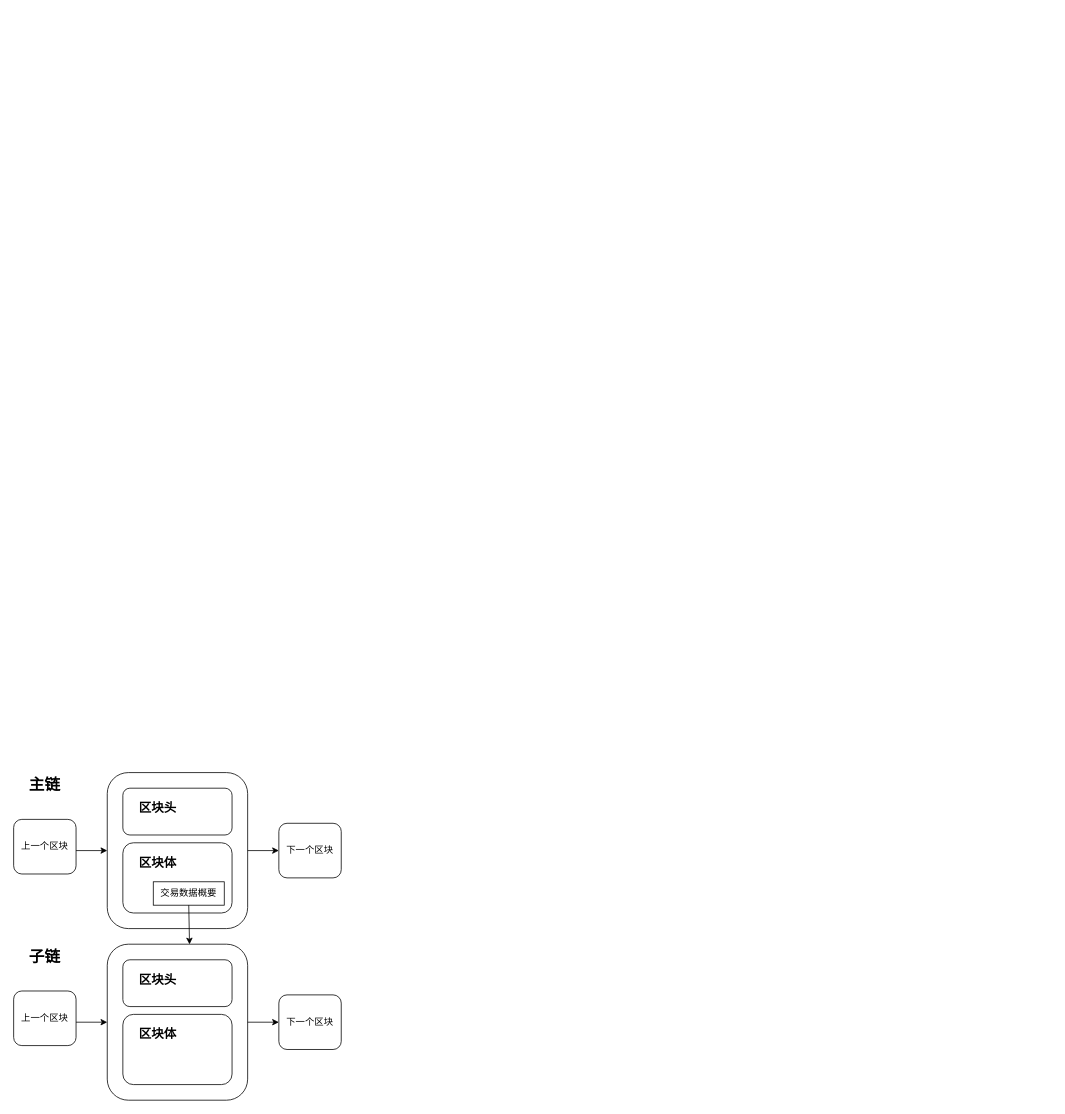
The draw.io diagram 毕业论文1 3.3 双层区块链区块总结构.drawio in burnandgun/diagrams, before the edit. Source tidied: cells renumbered, new cells numbered last; positions are measured from the earlier drawing's top-left corner, leaving out a move shared by most shapes. Both pictures are drawn from the tidied source at 78%, with x=0, y=0 at pixel (13, 772).
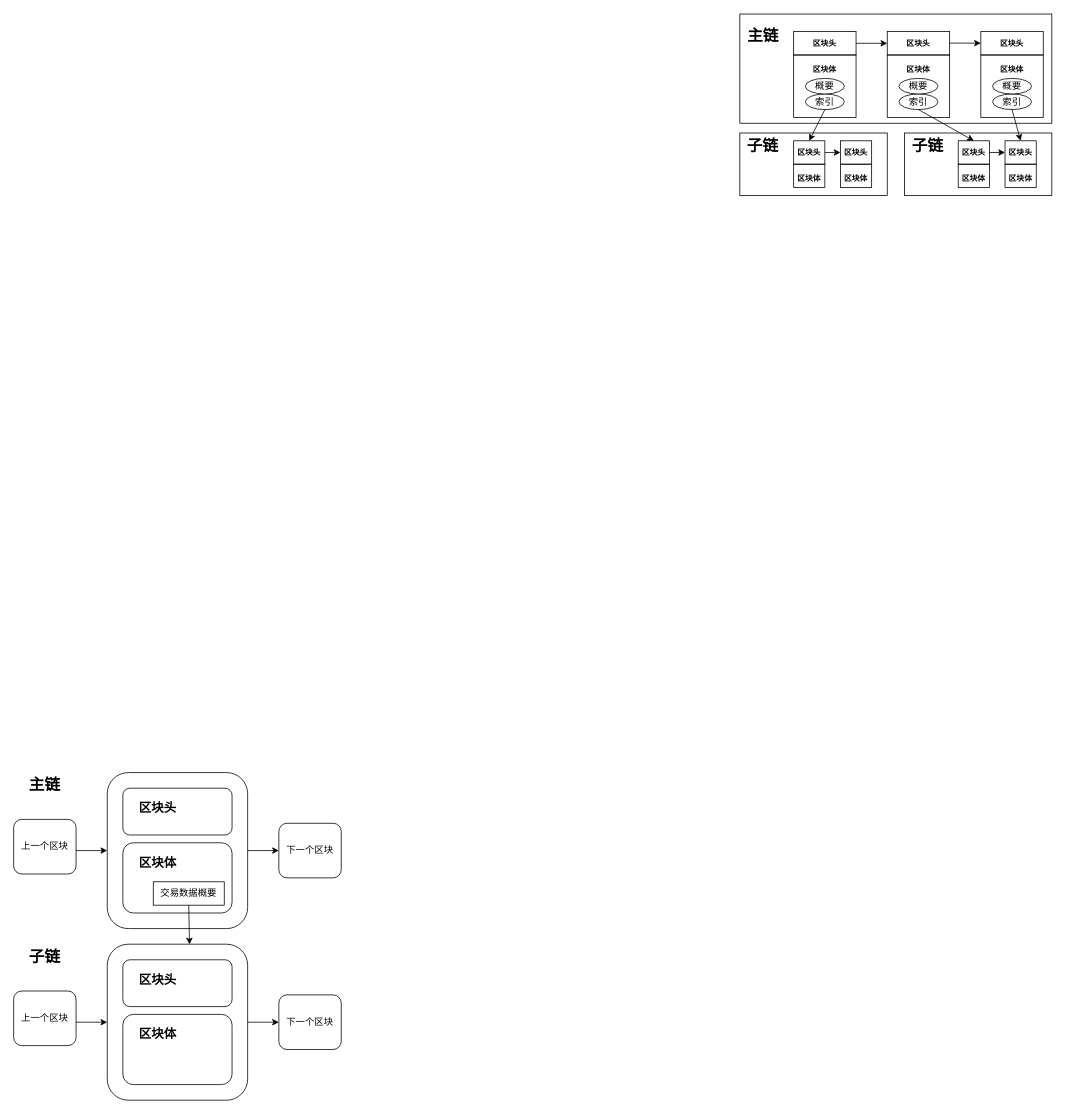
After the change.

Commit message:
更新毕业论文1 3.3 双层区块链区块总结构.drawio

Diff of the diagram source:
```diff
@@
+    <mxCell id="35" style="rounded=0;whiteSpace=wrap;html=1;fillColor=none;" parent="1" vertex="1">
+      <mxGeometry x="931" y="-972.5" width="400" height="140" as="geometry" />
+    </mxCell>
+    <mxCell id="36" style="rounded=0;whiteSpace=wrap;html=1;fillColor=none;" parent="1" vertex="1">
+      <mxGeometry x="1000" y="-950" width="80" height="30" as="geometry" />
+    </mxCell>
+    <mxCell id="37" value="&lt;span style=&quot;font-size: 10px;&quot;&gt;&lt;b style=&quot;font-size: 10px;&quot;&gt;区块头&lt;/b&gt;&lt;/span&gt;" style="text;html=1;strokeColor=none;fillColor=none;align=center;verticalAlign=middle;whiteSpace=wrap;rounded=0;fontSize=10;" parent="1" vertex="1">
+      <mxGeometry x="1020" y="-950" width="40" height="30" as="geometry" />
+    </mxCell>
+    <mxCell id="38" style="rounded=0;whiteSpace=wrap;html=1;fillColor=none;" parent="1" vertex="1">
+      <mxGeometry x="1000" y="-920" width="80" height="80" as="geometry" />
+    </mxCell>
+    <mxCell id="39" value="索引" style="ellipse;whiteSpace=wrap;html=1;" parent="1" vertex="1">
+      <mxGeometry x="1015" y="-870" width="50" height="20" as="geometry" />
+    </mxCell>
+    <mxCell id="40" value="&lt;span style=&quot;font-size: 10px;&quot;&gt;&lt;b style=&quot;font-size: 10px;&quot;&gt;区块体&lt;/b&gt;&lt;/span&gt;" style="text;html=1;strokeColor=none;fillColor=none;align=center;verticalAlign=middle;whiteSpace=wrap;rounded=0;fontSize=10;" parent="1" vertex="1">
+      <mxGeometry x="1015" y="-920" width="50" height="35" as="geometry" />
+    </mxCell>
@@
+    <mxCell id="41" value="&lt;font style=&quot;font-size: 20px;&quot;&gt;&lt;b&gt;主链&lt;/b&gt;&lt;/font&gt;" style="text;html=1;strokeColor=none;fillColor=none;align=center;verticalAlign=middle;whiteSpace=wrap;rounded=0;fontSize=12;" parent="1" vertex="1">
+      <mxGeometry x="931" y="-960" width="60" height="30" as="geometry" />
+    </mxCell>
+    <mxCell id="42" style="rounded=0;whiteSpace=wrap;html=1;fillColor=none;" parent="1" vertex="1">
+      <mxGeometry x="1120" y="-950" width="80" height="30" as="geometry" />
+    </mxCell>
+    <mxCell id="43" style="rounded=0;whiteSpace=wrap;html=1;fillColor=none;" parent="1" vertex="1">
+      <mxGeometry x="1120" y="-920" width="80" height="80" as="geometry" />
+    </mxCell>
+    <mxCell id="44" value="索引" style="ellipse;whiteSpace=wrap;html=1;" parent="1" vertex="1">
+      <mxGeometry x="1135" y="-870" width="50" height="20" as="geometry" />
+    </mxCell>
+    <mxCell id="45" style="rounded=0;whiteSpace=wrap;html=1;fillColor=none;" parent="1" vertex="1">
+      <mxGeometry x="1240" y="-950" width="80" height="30" as="geometry" />
+    </mxCell>
+    <mxCell id="46" style="rounded=0;whiteSpace=wrap;html=1;fillColor=none;" parent="1" vertex="1">
+      <mxGeometry x="1240" y="-920" width="80" height="80" as="geometry" />
+    </mxCell>
+    <mxCell id="47" value="索引" style="ellipse;whiteSpace=wrap;html=1;" parent="1" vertex="1">
+      <mxGeometry x="1255" y="-870" width="50" height="20" as="geometry" />
+    </mxCell>
+    <mxCell id="48" style="endArrow=classic;html=1;rounded=0;exitX=1;exitY=0.5;exitDx=0;exitDy=0;entryX=0;entryY=0.5;entryDx=0;entryDy=0;" parent="1" edge="1" source="36" target="42">
+      <mxGeometry relative="1" as="geometry" />
+    </mxCell>
+    <mxCell id="49" value="&lt;span style=&quot;font-size: 10px;&quot;&gt;&lt;b style=&quot;font-size: 10px;&quot;&gt;区块头&lt;/b&gt;&lt;/span&gt;" style="text;html=1;strokeColor=none;fillColor=none;align=center;verticalAlign=middle;whiteSpace=wrap;rounded=0;fontSize=10;" parent="1" vertex="1">
+      <mxGeometry x="1140" y="-950" width="40" height="30" as="geometry" />
+    </mxCell>
+    <mxCell id="50" value="&lt;span style=&quot;font-size: 10px;&quot;&gt;&lt;b style=&quot;font-size: 10px;&quot;&gt;区块体&lt;/b&gt;&lt;/span&gt;" style="text;html=1;strokeColor=none;fillColor=none;align=center;verticalAlign=middle;whiteSpace=wrap;rounded=0;fontSize=10;" parent="1" vertex="1">
+      <mxGeometry x="1135" y="-920" width="50" height="35" as="geometry" />
+    </mxCell>
+    <mxCell id="51" value="&lt;span style=&quot;font-size: 10px;&quot;&gt;&lt;b style=&quot;font-size: 10px;&quot;&gt;区块头&lt;/b&gt;&lt;/span&gt;" style="text;html=1;strokeColor=none;fillColor=none;align=center;verticalAlign=middle;whiteSpace=wrap;rounded=0;fontSize=10;" parent="1" vertex="1">
+      <mxGeometry x="1260" y="-950" width="40" height="30" as="geometry" />
+    </mxCell>
+    <mxCell id="52" value="&lt;span style=&quot;font-size: 10px;&quot;&gt;&lt;b style=&quot;font-size: 10px;&quot;&gt;区块体&lt;/b&gt;&lt;/span&gt;" style="text;html=1;strokeColor=none;fillColor=none;align=center;verticalAlign=middle;whiteSpace=wrap;rounded=0;fontSize=10;" parent="1" vertex="1">
+      <mxGeometry x="1255" y="-920" width="50" height="35" as="geometry" />
+    </mxCell>
+    <mxCell id="53" style="endArrow=classic;html=1;rounded=0;exitX=1;exitY=0.5;exitDx=0;exitDy=0;entryX=0;entryY=0.5;entryDx=0;entryDy=0;" parent="1" edge="1">
+      <mxGeometry relative="1" as="geometry">
+        <mxPoint x="1200" y="-935.2" as="sourcePoint" />
+        <mxPoint x="1240" y="-935.2" as="targetPoint" />
+      </mxGeometry>
+    </mxCell>
+    <mxCell id="54" style="rounded=0;whiteSpace=wrap;html=1;fillColor=none;" parent="1" vertex="1">
+      <mxGeometry x="931" y="-820" width="189" height="80" as="geometry" />
+    </mxCell>
+    <mxCell id="55" style="rounded=0;whiteSpace=wrap;html=1;fillColor=none;" parent="1" vertex="1">
+      <mxGeometry x="1000" y="-810" width="40" height="30" as="geometry" />
+    </mxCell>
+    <mxCell id="56" value="&lt;span style=&quot;font-size: 10px;&quot;&gt;&lt;b style=&quot;font-size: 10px;&quot;&gt;区块头&lt;/b&gt;&lt;/span&gt;" style="text;html=1;strokeColor=none;fillColor=none;align=center;verticalAlign=middle;whiteSpace=wrap;rounded=0;fontSize=10;" parent="1" vertex="1">
+      <mxGeometry x="1000" y="-810" width="40" height="30" as="geometry" />
+    </mxCell>
+    <mxCell id="57" style="rounded=0;whiteSpace=wrap;html=1;fillColor=none;" parent="1" vertex="1">
+      <mxGeometry x="1000" y="-780" width="40" height="30" as="geometry" />
+    </mxCell>
+    <mxCell id="58" value="&lt;span style=&quot;font-size: 10px;&quot;&gt;&lt;b style=&quot;font-size: 10px;&quot;&gt;区块体&lt;/b&gt;&lt;/span&gt;" style="text;html=1;strokeColor=none;fillColor=none;align=center;verticalAlign=middle;whiteSpace=wrap;rounded=0;fontSize=10;" parent="1" vertex="1">
+      <mxGeometry x="995" y="-780" width="50" height="35" as="geometry" />
+    </mxCell>
+    <mxCell id="59" value="&lt;font style=&quot;font-size: 20px;&quot;&gt;&lt;b&gt;子链&lt;/b&gt;&lt;/font&gt;" style="text;html=1;strokeColor=none;fillColor=none;align=center;verticalAlign=middle;whiteSpace=wrap;rounded=0;fontSize=12;" parent="1" vertex="1">
+      <mxGeometry x="931" y="-820" width="59" height="30" as="geometry" />
+    </mxCell>
+    <mxCell id="60" style="rounded=0;whiteSpace=wrap;html=1;fillColor=none;" parent="1" vertex="1">
+      <mxGeometry x="1060" y="-810" width="40" height="30" as="geometry" />
+    </mxCell>
+    <mxCell id="61" style="rounded=0;whiteSpace=wrap;html=1;fillColor=none;" parent="1" vertex="1">
+      <mxGeometry x="1060" y="-780" width="40" height="30" as="geometry" />
+    </mxCell>
+    <mxCell id="62" style="endArrow=classic;html=1;rounded=0;exitX=1;exitY=0.5;exitDx=0;exitDy=0;entryX=0;entryY=0.5;entryDx=0;entryDy=0;" parent="1" edge="1" source="55" target="60">
+      <mxGeometry relative="1" as="geometry" />
+    </mxCell>
+    <mxCell id="63" value="&lt;span style=&quot;font-size: 10px;&quot;&gt;&lt;b style=&quot;font-size: 10px;&quot;&gt;区块头&lt;/b&gt;&lt;/span&gt;" style="text;html=1;strokeColor=none;fillColor=none;align=center;verticalAlign=middle;whiteSpace=wrap;rounded=0;fontSize=10;" parent="1" vertex="1">
+      <mxGeometry x="1060" y="-810" width="40" height="30" as="geometry" />
+    </mxCell>
+    <mxCell id="64" value="&lt;span style=&quot;font-size: 10px;&quot;&gt;&lt;b style=&quot;font-size: 10px;&quot;&gt;区块体&lt;/b&gt;&lt;/span&gt;" style="text;html=1;strokeColor=none;fillColor=none;align=center;verticalAlign=middle;whiteSpace=wrap;rounded=0;fontSize=10;" parent="1" vertex="1">
+      <mxGeometry x="1055" y="-780" width="50" height="35" as="geometry" />
+    </mxCell>
+    <mxCell id="65" style="rounded=0;whiteSpace=wrap;html=1;fillColor=none;" parent="1" vertex="1">
+      <mxGeometry x="1142" y="-820" width="189" height="80" as="geometry" />
+    </mxCell>
+    <mxCell id="66" style="rounded=0;whiteSpace=wrap;html=1;fillColor=none;" parent="1" vertex="1">
+      <mxGeometry x="1211" y="-810" width="40" height="30" as="geometry" />
+    </mxCell>
+    <mxCell id="67" value="&lt;span style=&quot;font-size: 10px;&quot;&gt;&lt;b style=&quot;font-size: 10px;&quot;&gt;区块头&lt;/b&gt;&lt;/span&gt;" style="text;html=1;strokeColor=none;fillColor=none;align=center;verticalAlign=middle;whiteSpace=wrap;rounded=0;fontSize=10;" parent="1" vertex="1">
+      <mxGeometry x="1211" y="-810" width="40" height="30" as="geometry" />
+    </mxCell>
+    <mxCell id="68" style="rounded=0;whiteSpace=wrap;html=1;fillColor=none;" parent="1" vertex="1">
+      <mxGeometry x="1211" y="-780" width="40" height="30" as="geometry" />
+    </mxCell>
+    <mxCell id="69" value="&lt;span style=&quot;font-size: 10px;&quot;&gt;&lt;b style=&quot;font-size: 10px;&quot;&gt;区块体&lt;/b&gt;&lt;/span&gt;" style="text;html=1;strokeColor=none;fillColor=none;align=center;verticalAlign=middle;whiteSpace=wrap;rounded=0;fontSize=10;" parent="1" vertex="1">
+      <mxGeometry x="1206" y="-780" width="50" height="35" as="geometry" />
+    </mxCell>
+    <mxCell id="70" value="&lt;font style=&quot;font-size: 20px;&quot;&gt;&lt;b&gt;子链&lt;/b&gt;&lt;/font&gt;" style="text;html=1;strokeColor=none;fillColor=none;align=center;verticalAlign=middle;whiteSpace=wrap;rounded=0;fontSize=12;" parent="1" vertex="1">
+      <mxGeometry x="1142" y="-820" width="60" height="30" as="geometry" />
+    </mxCell>
+    <mxCell id="71" style="rounded=0;whiteSpace=wrap;html=1;fillColor=none;" parent="1" vertex="1">
+      <mxGeometry x="1271" y="-810" width="40" height="30" as="geometry" />
+    </mxCell>
+    <mxCell id="72" style="rounded=0;whiteSpace=wrap;html=1;fillColor=none;" parent="1" vertex="1">
+      <mxGeometry x="1271" y="-780" width="40" height="30" as="geometry" />
+    </mxCell>
+    <mxCell id="73" style="endArrow=classic;html=1;rounded=0;exitX=1;exitY=0.5;exitDx=0;exitDy=0;entryX=0;entryY=0.5;entryDx=0;entryDy=0;" parent="1" edge="1" source="66" target="71">
+      <mxGeometry relative="1" as="geometry" />
+    </mxCell>
+    <mxCell id="74" value="&lt;span style=&quot;font-size: 10px;&quot;&gt;&lt;b style=&quot;font-size: 10px;&quot;&gt;区块头&lt;/b&gt;&lt;/span&gt;" style="text;html=1;strokeColor=none;fillColor=none;align=center;verticalAlign=middle;whiteSpace=wrap;rounded=0;fontSize=10;" parent="1" vertex="1">
+      <mxGeometry x="1271" y="-810" width="40" height="30" as="geometry" />
+    </mxCell>
+    <mxCell id="75" value="&lt;span style=&quot;font-size: 10px;&quot;&gt;&lt;b style=&quot;font-size: 10px;&quot;&gt;区块体&lt;/b&gt;&lt;/span&gt;" style="text;html=1;strokeColor=none;fillColor=none;align=center;verticalAlign=middle;whiteSpace=wrap;rounded=0;fontSize=10;" parent="1" vertex="1">
+      <mxGeometry x="1266" y="-780" width="50" height="35" as="geometry" />
+    </mxCell>
+    <mxCell id="76" style="endArrow=classic;html=1;rounded=0;exitX=0.5;exitY=1;exitDx=0;exitDy=0;entryX=0.5;entryY=0;entryDx=0;entryDy=0;" parent="1" edge="1" source="39" target="56">
+      <mxGeometry relative="1" as="geometry" />
+    </mxCell>
+    <mxCell id="77" style="endArrow=classic;html=1;rounded=0;exitX=0.5;exitY=1;exitDx=0;exitDy=0;entryX=0.5;entryY=0;entryDx=0;entryDy=0;" parent="1" edge="1" source="44" target="67">
+      <mxGeometry relative="1" as="geometry" />
+    </mxCell>
+    <mxCell id="78" style="endArrow=classic;html=1;rounded=0;exitX=0.5;exitY=1;exitDx=0;exitDy=0;entryX=0.5;entryY=0;entryDx=0;entryDy=0;" parent="1" edge="1" source="47" target="74">
+      <mxGeometry relative="1" as="geometry" />
+    </mxCell>
+    <mxCell id="79" value="概要" style="ellipse;whiteSpace=wrap;html=1;" parent="1" vertex="1">
+      <mxGeometry x="1015" y="-890" width="50" height="20" as="geometry" />
+    </mxCell>
+    <mxCell id="80" value="概要" style="ellipse;whiteSpace=wrap;html=1;" parent="1" vertex="1">
+      <mxGeometry x="1135" y="-890" width="50" height="20" as="geometry" />
+    </mxCell>
+    <mxCell id="81" value="概要" style="ellipse;whiteSpace=wrap;html=1;" parent="1" vertex="1">
+      <mxGeometry x="1255" y="-890" width="50" height="20" as="geometry" />
+    </mxCell>
```
